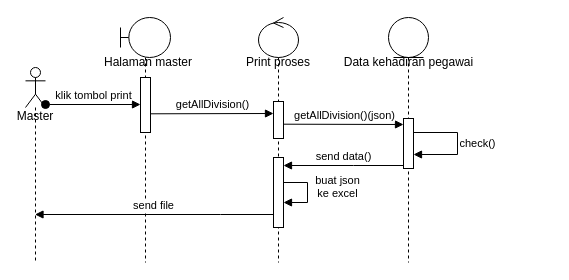
Earlier version of the draw.io diagram page "Rekap data" (6 of 6) of planning/sequenceDiagram.drawio (dzikfr/aplikasi-absensi-baharkam-2024). Source tidied: cells renumbered, new cells numbered last; positions are measured from the earlier drawing's top-left corner, leaving out a move shared by most shapes. Both pictures are drawn from the tidied source at 100%, with x=0, y=0 at pixel (25, 17).
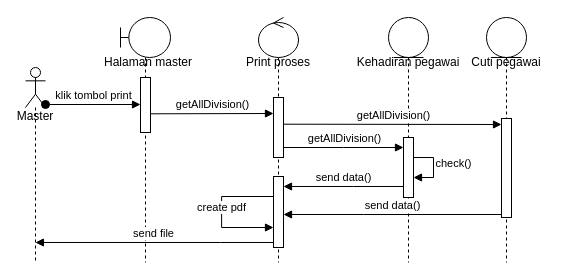
The same diagram, later.

Unchanged cells that the change refers to:
```xml
<mxCell id="3" value="&lt;div&gt;&lt;span style=&quot;background-color: initial;&quot;&gt;&lt;br&gt;&lt;/span&gt;&lt;/div&gt;&lt;div&gt;&lt;span style=&quot;background-color: initial;&quot;&gt;&lt;br&gt;&lt;/span&gt;&lt;/div&gt;&lt;div&gt;&lt;span style=&quot;background-color: initial;&quot;&gt;&lt;br&gt;&lt;/span&gt;&lt;/div&gt;&lt;div&gt;&lt;span style=&quot;background-color: initial;&quot;&gt;&lt;br&gt;&lt;/span&gt;&lt;/div&gt;&lt;div&gt;Master&lt;/div&gt;" style="shape=umlLifeline;perimeter=lifelinePerimeter;whiteSpace=wrap;html=1;outlineConnect=0;portConstraint=eastwest;newEdgeStyle={&quot;curved&quot;:0,&quot;rounded&quot;:0};participant=umlActor;" parent="1" vertex="1">
  <mxGeometry y="50" width="20" height="195" as="geometry" />
</mxCell>
<mxCell id="6" style="shape=umlLifeline;perimeter=lifelinePerimeter;whiteSpace=wrap;html=1;newEdgeStyle={&quot;curved&quot;:0,&quot;rounded&quot;:0};participant=umlControl;" parent="1" vertex="1">
  <mxGeometry x="233" width="40" height="245" as="geometry" />
</mxCell>
<mxCell id="10" style="shape=umlLifeline;perimeter=lifelinePerimeter;whiteSpace=wrap;html=1;newEdgeStyle={&quot;curved&quot;:0,&quot;rounded&quot;:0};participant=umlEntity;" parent="1" vertex="1">
  <mxGeometry x="363" width="40" height="245" as="geometry" />
</mxCell>
```

The edit, as a diff of the source:
```diff
@@
     <mxCell id="7" style="html=1;points=[];perimeter=orthogonalPerimeter;outlineConnect=0;targetShapes=umlLifeline;portConstraint=eastwest;newEdgeStyle={&quot;edgeStyle&quot;:&quot;elbowEdgeStyle&quot;,&quot;elbow&quot;:&quot;vertical&quot;,&quot;curved&quot;:0,&quot;rounded&quot;:0};" parent="6" vertex="1">
-      <mxGeometry x="15" y="140" width="10" height="70" as="geometry" />
+      <mxGeometry x="15" y="159" width="10" height="71" as="geometry" />
     </mxCell>
+    <mxCell id="9" style="html=1;points=[];perimeter=orthogonalPerimeter;outlineConnect=0;targetShapes=umlLifeline;portConstraint=eastwest;newEdgeStyle={&quot;edgeStyle&quot;:&quot;elbowEdgeStyle&quot;,&quot;elbow&quot;:&quot;vertical&quot;,&quot;curved&quot;:0,&quot;rounded&quot;:0};" parent="6" vertex="1">
+      <mxGeometry x="15" y="80" width="10" height="60" as="geometry" />
+    </mxCell>
-    <mxCell id="8" value="buat json&lt;div&gt;ke excel&lt;/div&gt;" style="html=1;verticalAlign=bottom;endArrow=block;edgeStyle=elbowEdgeStyle;elbow=vertical;curved=0;rounded=0;" parent="6" edge="1" source="7" target="7">
-      <mxGeometry x="0.29" y="-30" relative="1" as="geometry">
+    <mxCell id="8" value="create pdf" style="html=1;verticalAlign=bottom;endArrow=block;edgeStyle=elbowEdgeStyle;elbow=vertical;curved=0;rounded=0;" parent="6" edge="1" source="7" target="7">
+      <mxGeometry x="0.07" relative="1" as="geometry">
         <Array as="points">
-          <mxPoint x="49" y="173" />
+          <mxPoint x="-36.9" y="179" />
         </Array>
-        <mxPoint x="30" y="30" as="offset" />
       </mxGeometry>
     </mxCell>
-    <mxCell id="9" style="html=1;points=[];perimeter=orthogonalPerimeter;outlineConnect=0;targetShapes=umlLifeline;portConstraint=eastwest;newEdgeStyle={&quot;edgeStyle&quot;:&quot;elbowEdgeStyle&quot;,&quot;elbow&quot;:&quot;vertical&quot;,&quot;curved&quot;:0,&quot;rounded&quot;:0};" parent="6" vertex="1">
-      <mxGeometry x="15" y="84" width="10" height="37" as="geometry" />
-    </mxCell>
@@
     <mxCell id="11" style="html=1;points=[];perimeter=orthogonalPerimeter;outlineConnect=0;targetShapes=umlLifeline;portConstraint=eastwest;newEdgeStyle={&quot;edgeStyle&quot;:&quot;elbowEdgeStyle&quot;,&quot;elbow&quot;:&quot;vertical&quot;,&quot;curved&quot;:0,&quot;rounded&quot;:0};" parent="10" vertex="1">
-      <mxGeometry x="15" y="101" width="10" height="50" as="geometry" />
+      <mxGeometry x="15" y="120" width="10" height="60" as="geometry" />
     </mxCell>
-    <mxCell id="12" value="check()" style="html=1;verticalAlign=bottom;endArrow=block;edgeStyle=elbowEdgeStyle;elbow=vertical;curved=0;rounded=0;" parent="10" edge="1" source="11" target="11">
-      <mxGeometry x="0.16" y="20" relative="1" as="geometry">
-        <Array as="points">
-          <mxPoint x="69" y="115" />
-        </Array>
-      </mxGeometry>
+    <mxCell id="12" value="check()" style="html=1;verticalAlign=bottom;endArrow=block;edgeStyle=orthogonalEdgeStyle;elbow=vertical;rounded=0;" parent="10" edge="1" source="11" target="11">
+      <mxGeometry x="0.16" y="20" relative="1" as="geometry" />
     </mxCell>
@@
-    <mxCell id="15" value="Data kehadiran pegawai" style="text;html=1;align=center;verticalAlign=middle;whiteSpace=wrap;rounded=0;" parent="1" vertex="1">
-      <mxGeometry x="295.5" y="30" width="175" height="30" as="geometry" />
+    <mxCell id="15" value="Kehadiran pegawai" style="text;html=1;align=center;verticalAlign=middle;whiteSpace=wrap;rounded=0;" parent="1" vertex="1">
+      <mxGeometry x="315.2" y="30" width="135.5" height="30" as="geometry" />
     </mxCell>
-    <mxCell id="16" value="getAllDivision()(json)" style="html=1;verticalAlign=bottom;endArrow=block;edgeStyle=elbowEdgeStyle;elbow=vertical;curved=0;rounded=0;" parent="1" edge="1">
+    <mxCell id="16" value="getAllDivision()" style="html=1;verticalAlign=bottom;endArrow=block;edgeStyle=elbowEdgeStyle;elbow=vertical;curved=0;rounded=0;" parent="1" edge="1" target="21">
       <mxGeometry x="0.01" relative="1" as="geometry">
         <mxPoint x="258" y="106.7" as="sourcePoint" />
-        <mxPoint x="378" y="107" as="targetPoint" />
       </mxGeometry>
     </mxCell>
-    <mxCell id="17" value="send data()" style="html=1;verticalAlign=bottom;endArrow=block;edgeStyle=elbowEdgeStyle;elbow=vertical;curved=0;rounded=0;" parent="1" edge="1">
+    <mxCell id="17" value="send data()" style="html=1;verticalAlign=bottom;endArrow=block;edgeStyle=elbowEdgeStyle;elbow=vertical;curved=0;rounded=0;" parent="1" edge="1" source="11" target="7">
       <mxGeometry relative="1" as="geometry">
-        <mxPoint x="378" y="148" as="sourcePoint" />
-        <mxPoint x="258" y="148" as="targetPoint" />
         <Array as="points">
-          <mxPoint x="328" y="148" />
+          <mxPoint x="328" y="169" />
         </Array>
       </mxGeometry>
     </mxCell>
-    <mxCell id="18" value="send file" style="html=1;verticalAlign=bottom;endArrow=block;edgeStyle=elbowEdgeStyle;elbow=vertical;curved=0;rounded=0;" parent="1" edge="1" target="3">
+    <mxCell id="18" value="send file" style="html=1;verticalAlign=bottom;endArrow=block;edgeStyle=elbowEdgeStyle;elbow=vertical;curved=0;rounded=0;" parent="1" edge="1">
       <mxGeometry x="0.01" relative="1" as="geometry">
-        <mxPoint x="248" y="197" as="sourcePoint" />
+        <mxPoint x="248" y="225" as="sourcePoint" />
+        <mxPoint x="9.9" y="225" as="targetPoint" />
         <Array as="points">
-          <mxPoint x="195" y="197" />
+          <mxPoint x="195" y="225" />
         </Array>
       </mxGeometry>
     </mxCell>
@@
+    <mxCell id="20" style="shape=umlLifeline;perimeter=lifelinePerimeter;whiteSpace=wrap;html=1;newEdgeStyle={&quot;curved&quot;:0,&quot;rounded&quot;:0};participant=umlEntity;" parent="1" vertex="1">
+      <mxGeometry x="461" width="40" height="245" as="geometry" />
+    </mxCell>
+    <mxCell id="21" style="html=1;points=[];perimeter=orthogonalPerimeter;outlineConnect=0;targetShapes=umlLifeline;portConstraint=eastwest;newEdgeStyle={&quot;edgeStyle&quot;:&quot;elbowEdgeStyle&quot;,&quot;elbow&quot;:&quot;vertical&quot;,&quot;curved&quot;:0,&quot;rounded&quot;:0};" parent="20" vertex="1">
+      <mxGeometry x="15" y="101" width="10" height="99" as="geometry" />
+    </mxCell>
+    <mxCell id="22" value="Cuti pegawai" style="text;html=1;align=center;verticalAlign=middle;whiteSpace=wrap;rounded=0;" parent="1" vertex="1">
+      <mxGeometry x="436" y="30" width="90" height="30" as="geometry" />
+    </mxCell>
+    <mxCell id="23" value="getAllDivision()" style="html=1;verticalAlign=bottom;endArrow=block;edgeStyle=elbowEdgeStyle;elbow=vertical;curved=0;rounded=0;" parent="1" edge="1" source="9" target="11">
+      <mxGeometry x="0.01" relative="1" as="geometry" />
+    </mxCell>
+    <mxCell id="24" style="html=1;verticalAlign=bottom;endArrow=block;edgeStyle=elbowEdgeStyle;elbow=vertical;curved=0;rounded=0;" parent="1" edge="1" target="11">
+      <mxGeometry relative="1" as="geometry">
+        <mxPoint x="378" y="148" as="sourcePoint" />
+      </mxGeometry>
+    </mxCell>
+    <mxCell id="25" value="send data()" style="html=1;verticalAlign=bottom;endArrow=block;edgeStyle=elbowEdgeStyle;elbow=vertical;curved=0;rounded=0;" parent="1" edge="1">
+      <mxGeometry relative="1" as="geometry">
+        <mxPoint x="476" y="197" as="sourcePoint" />
+        <mxPoint x="258" y="197" as="targetPoint" />
+        <Array as="points">
+          <mxPoint x="338" y="197" />
+        </Array>
+      </mxGeometry>
+    </mxCell>
```
